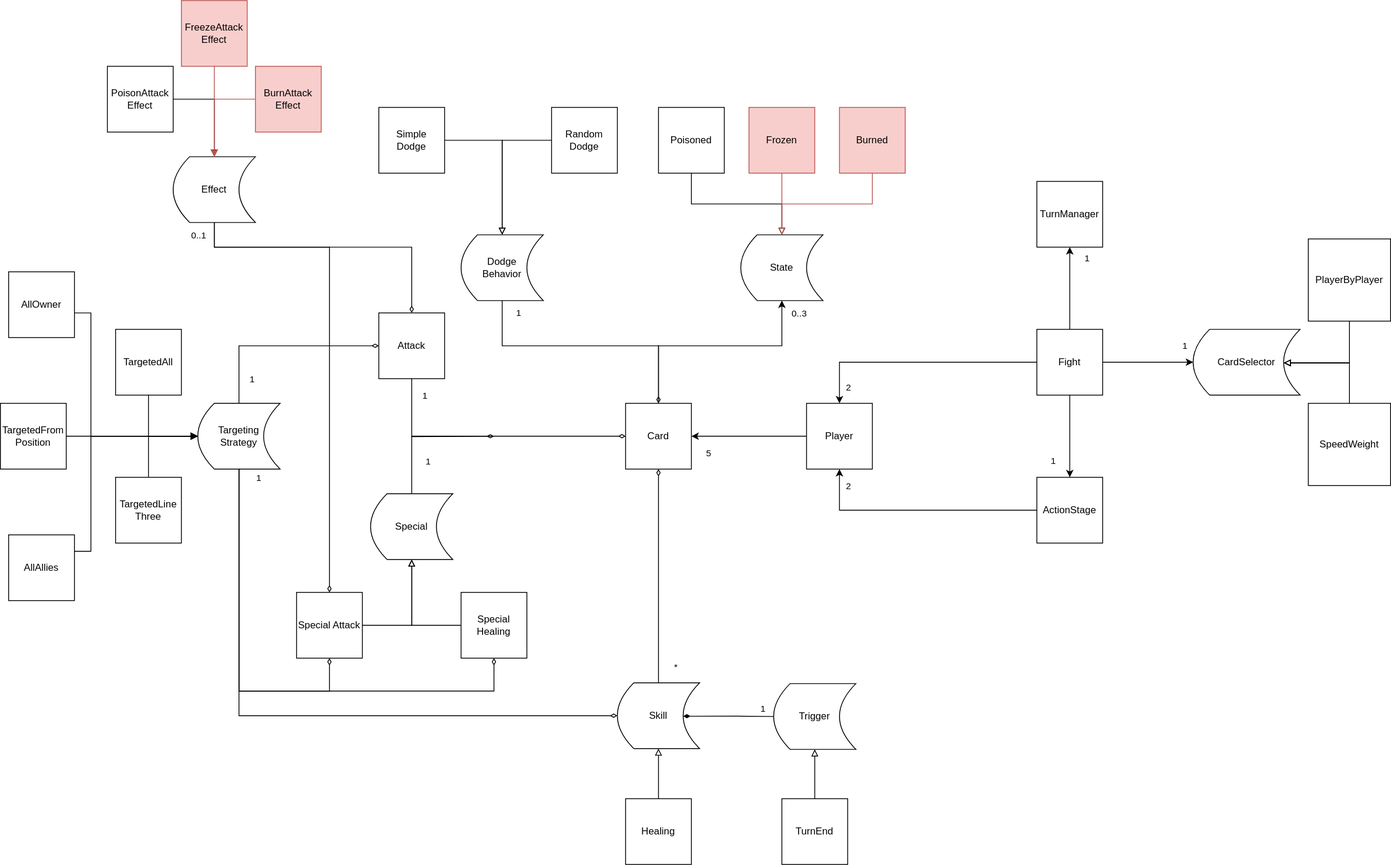
This is doc/archi.drawio.svg from cegerard/card-game, a draw.io export, as it was before one commit. Source tidied: cells renumbered, new cells last; positions are measured from the earlier drawing's top-left corner, leaving out a move shared by most shapes.
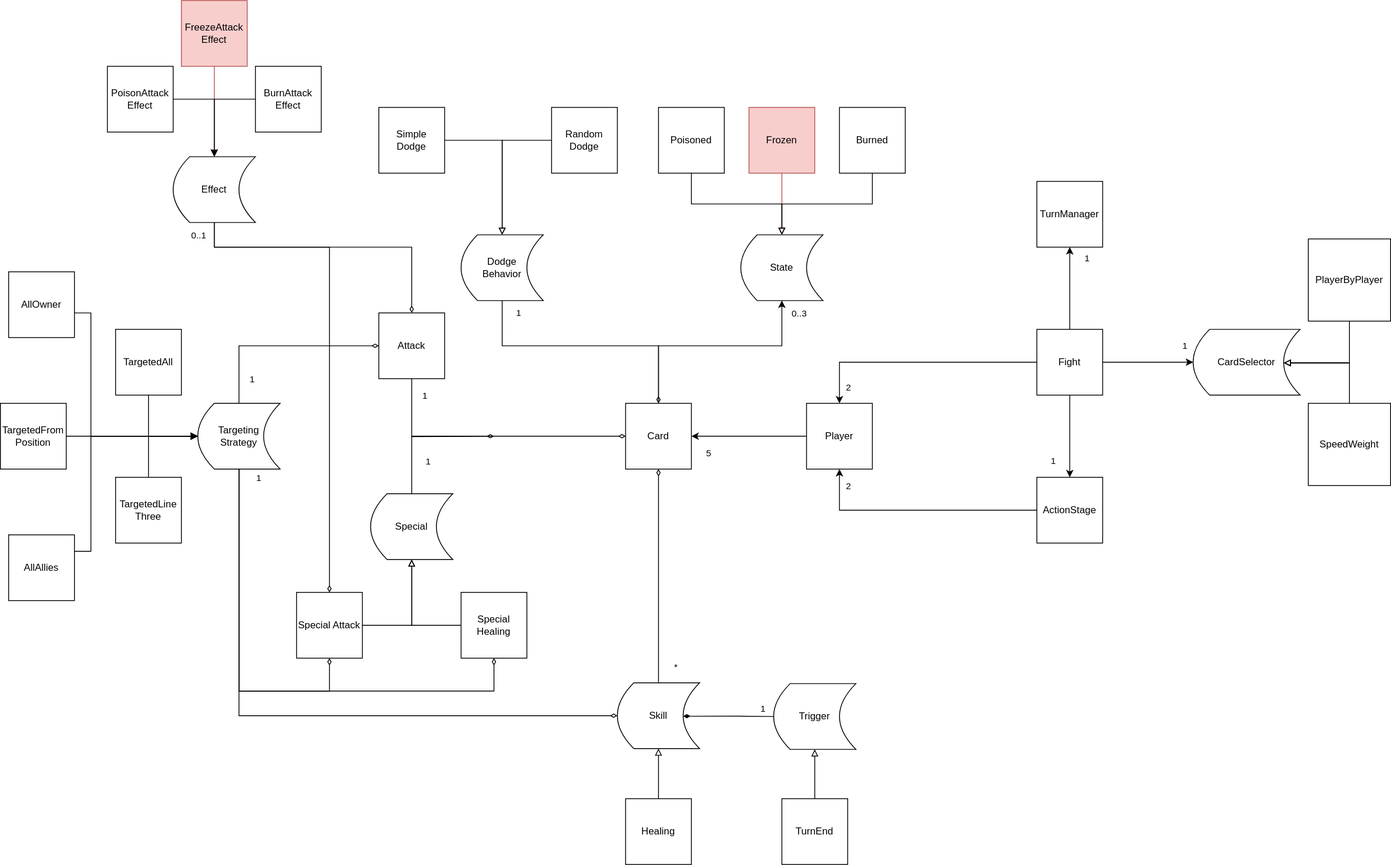
The same file after the commit.

Diff of the diagram source:
```diff
@@ -282,7 +282,7 @@
     <mxCell id="71" value="Frozen" style="whiteSpace=wrap;html=1;labelBackgroundColor=none;labelBorderColor=none;fillColor=#f8cecc;strokeColor=#b85450;" parent="1" vertex="1">
       <mxGeometry x="910" y="130" width="80" height="80" as="geometry" />
     </mxCell>
-    <mxCell id="72" value="Burned" style="whiteSpace=wrap;html=1;labelBackgroundColor=none;labelBorderColor=none;fillColor=#f8cecc;strokeColor=#b85450;" parent="1" vertex="1">
+    <mxCell id="72" value="Burned" style="whiteSpace=wrap;html=1;labelBackgroundColor=none;labelBorderColor=none;" parent="1" vertex="1">
       <mxGeometry x="1020" y="130" width="80" height="80" as="geometry" />
     </mxCell>
     <mxCell id="73" style="edgeStyle=orthogonalEdgeStyle;html=1;entryX=0.5;entryY=0;entryDx=0;entryDy=0;endArrow=block;endFill=0;rounded=0;curved=0;exitX=0.5;exitY=1;exitDx=0;exitDy=0;" parent="1" edge="1" source="69" target="68">
@@ -310,7 +310,7 @@
     <mxCell id="78" value="PoisonAttack&lt;div&gt;Effect&lt;/div&gt;" style="whiteSpace=wrap;html=1;labelBackgroundColor=none;labelBorderColor=none;fontColor=default;" parent="1" vertex="1">
       <mxGeometry x="130" y="80" width="80" height="80" as="geometry" />
     </mxCell>
-    <mxCell id="79" style="edgeStyle=orthogonalEdgeStyle;html=1;exitX=0.5;exitY=1;exitDx=0;exitDy=0;entryX=0.5;entryY=0;entryDx=0;entryDy=0;rounded=0;curved=0;endArrow=block;endFill=0;fillColor=#f8cecc;strokeColor=#b85450;" parent="1" edge="1" source="72" target="68">
+    <mxCell id="79" style="edgeStyle=orthogonalEdgeStyle;html=1;exitX=0.5;exitY=1;exitDx=0;exitDy=0;entryX=0.5;entryY=0;entryDx=0;entryDy=0;rounded=0;curved=0;endArrow=block;endFill=0;" parent="1" edge="1" source="72" target="68">
       <mxGeometry relative="1" as="geometry" />
     </mxCell>
     <mxCell id="80" style="edgeStyle=orthogonalEdgeStyle;html=1;entryX=0.5;entryY=0;entryDx=0;entryDy=0;fillColor=#f8cecc;strokeColor=#b85450;" parent="1" edge="1" source="81" target="76">
@@ -319,7 +319,7 @@
     <mxCell id="81" value="FreezeAttack&lt;div&gt;Effect&lt;/div&gt;" style="whiteSpace=wrap;html=1;labelBackgroundColor=none;labelBorderColor=none;fillColor=#f8cecc;strokeColor=#b85450;" parent="1" vertex="1">
       <mxGeometry x="220" width="80" height="80" as="geometry" />
     </mxCell>
-    <mxCell id="82" style="edgeStyle=orthogonalEdgeStyle;html=1;entryX=0.5;entryY=0;entryDx=0;entryDy=0;fillColor=#f8cecc;strokeColor=#b85450;rounded=0;curved=0;" parent="1" edge="1" source="83" target="76">
+    <mxCell id="82" style="edgeStyle=orthogonalEdgeStyle;html=1;entryX=0.5;entryY=0;entryDx=0;entryDy=0;rounded=0;curved=0;" parent="1" edge="1" source="83" target="76">
       <mxGeometry relative="1" as="geometry">
         <Array as="points">
           <mxPoint x="380" y="120" />
@@ -327,7 +327,7 @@
         </Array>
       </mxGeometry>
     </mxCell>
-    <mxCell id="83" value="BurnAttack&lt;div&gt;Effect&lt;/div&gt;" style="whiteSpace=wrap;html=1;labelBackgroundColor=none;labelBorderColor=none;fillColor=#f8cecc;strokeColor=#b85450;" parent="1" vertex="1">
+    <mxCell id="83" value="BurnAttack&lt;div&gt;Effect&lt;/div&gt;" style="whiteSpace=wrap;html=1;labelBackgroundColor=none;labelBorderColor=none;" parent="1" vertex="1">
       <mxGeometry x="310" y="80" width="80" height="80" as="geometry" />
     </mxCell>
   </root>
```
